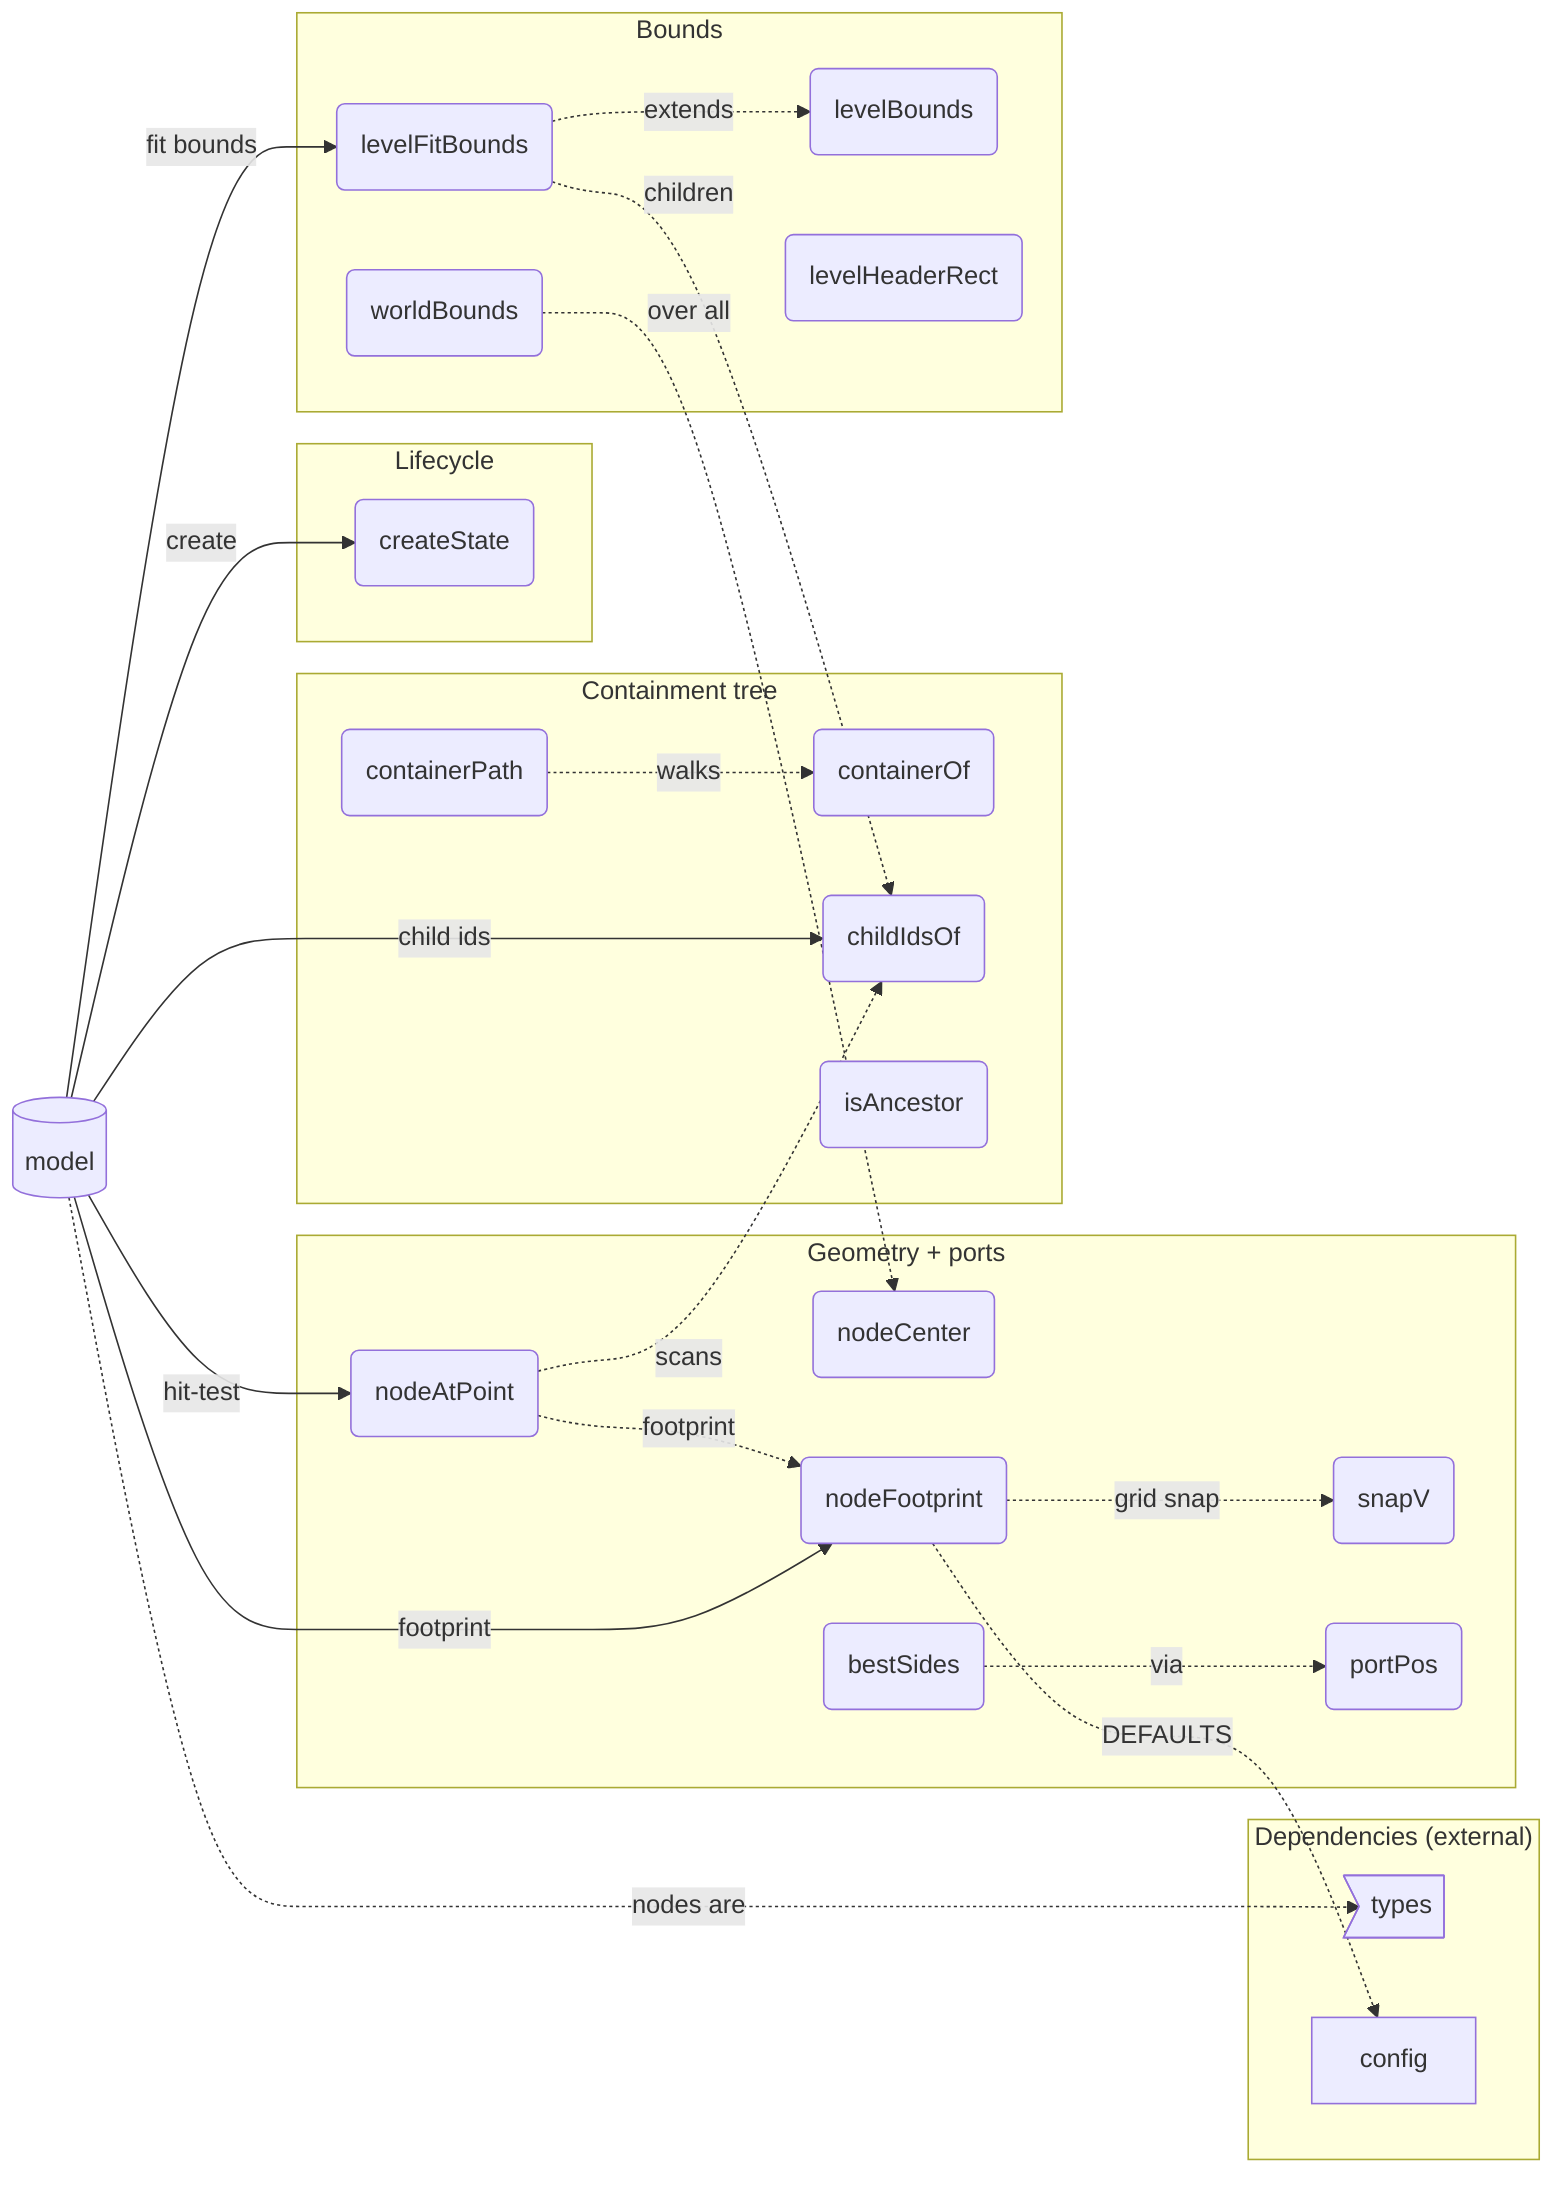
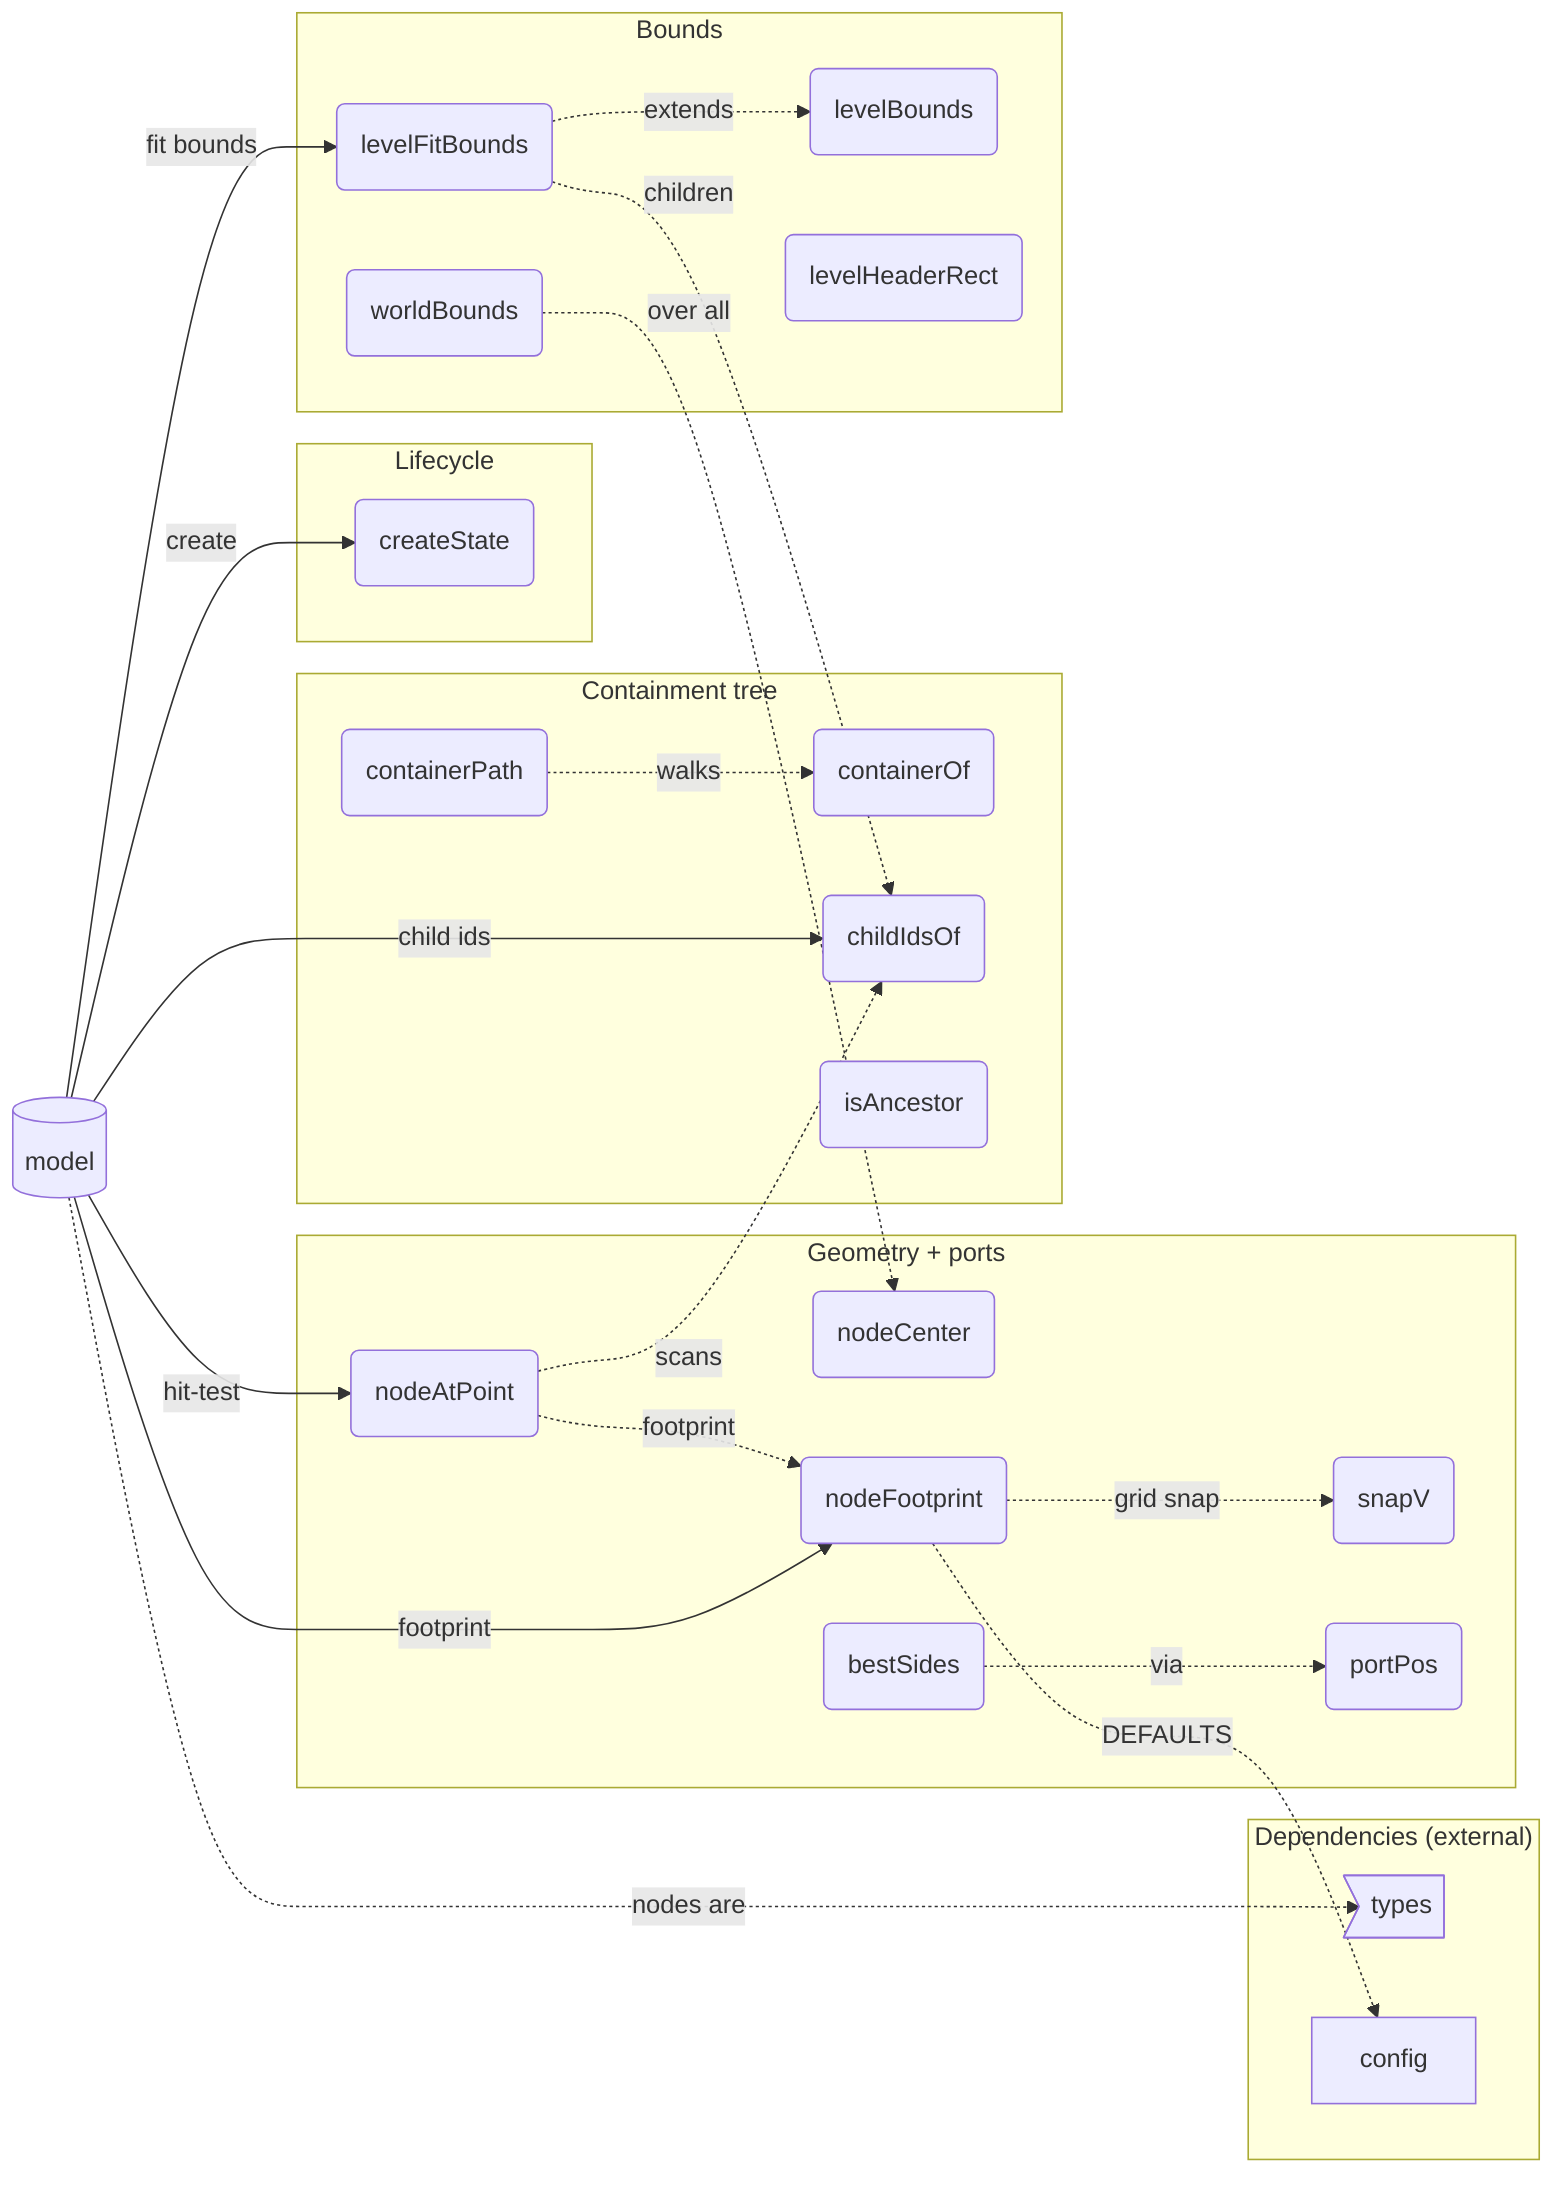
flowchart LR
%% root state
%% AUTHORED FROM src/core/state/state.ts
%% --- container (canonical public contract) ---
%% fm:meta state name=createState
%% fm:meta state desc=the model (StateStore) + every pure geometry/containment read over it. Owned and mutated through ctx.state; no DOM. Footprint/bounds drive camera fit, wire routing, hit-testing, drill levels.
%% fm:meta state i0.name=createState
%% fm:meta state i0.returns=StateStore
%% fm:meta state i1.name=nodeFootprint
%% fm:meta state i1.accepts=state: StateStore
%% fm:meta state i1.accepts=n: DiagramNode
%% fm:meta state i1.accepts=showFrontmatter: boolean
%% fm:meta state i1.returns=Footprint
%% fm:meta state i2.name=nodeAtPoint
%% fm:meta state i2.accepts=state: StateStore
%% fm:meta state i2.accepts=wx: number, wy: number
%% fm:meta state i2.returns=string
%% --- internal: lifecycle ---
%% fm:meta createState name=createState
%% fm:meta createState desc=fresh empty model (no nodes/edges, counters at 1).
%% --- internal: geometry ---
%% fm:meta snapV name=snapV
%% fm:meta portPos name=portPos
%% fm:meta portPos desc=world position of a node's port on a given side.
%% fm:meta nodeCenter name=nodeCenter
%% fm:meta bestSides name=bestSides
%% fm:meta bestSides desc=nearest facing port sides for an edge between two nodes.
%% fm:meta nodeFootprint name=nodeFootprint
%% fm:meta nodeFootprint desc=node box widened to include its measured frontmatter card.
%% --- internal: hit-test ---
%% fm:meta nodeAtPoint name=nodeAtPoint
%% fm:meta nodeAtPoint desc=topmost node id at a world point within a container level.
%% --- internal: containment ---
%% fm:meta containerOf name=containerOf
%% fm:meta childIdsOf name=childIdsOf
%% fm:meta childIdsOf desc=ids at a container's drill level.
%% fm:meta containerPath name=containerPath
%% fm:meta containerPath desc=root-first chain of container ids enclosing a level.
%% fm:meta isAncestor name=isAncestor
%% fm:meta isAncestor desc=cycle guard: is anc on node's parent chain.
%% --- internal: bounds ---
%% fm:meta levelBounds name=levelBounds
%% fm:meta levelHeaderRect name=levelHeaderRect
%% fm:meta levelFitBounds name=levelFitBounds
%% fm:meta levelFitBounds desc=bounds the camera fits at a level (children + container node).
%% fm:meta worldBounds name=worldBounds
%% fm:meta worldBounds desc=bounding box of all nodes.
%% --- deps (external; canonical defs live in root.mmd) ---
%% fm:meta types name=types
%% fm:meta config name=config
%% --- kinds ---
%% kind state store
%% kind createState function
%% kind snapV function
%% kind portPos function
%% kind nodeCenter function
%% kind bestSides function
%% kind nodeFootprint function
%% kind nodeAtPoint function
%% kind containerOf function
%% kind childIdsOf function
%% kind containerPath function
%% kind isAncestor function
%% kind levelBounds function
%% kind levelHeaderRect function
%% kind levelFitBounds function
%% kind worldBounds function
+ %% src createState src/core/state/state.ts#createState
+ %% src snapV src/core/state/state.ts#snapV
+ %% src portPos src/core/state/state.ts#portPos
+ %% src nodeCenter src/core/state/state.ts#nodeCenter
+ %% src bestSides src/core/state/state.ts#bestSides
+ %% src nodeFootprint src/core/state/state.ts#nodeFootprint
+ %% src nodeAtPoint src/core/state/state.ts#nodeAtPoint
+ %% src containerOf src/core/state/state.ts#containerOf
+ %% src childIdsOf src/core/state/state.ts#childIdsOf
+ %% src containerPath src/core/state/state.ts#containerPath
+ %% src isAncestor src/core/state/state.ts#isAncestor
+ %% src levelBounds src/core/state/state.ts#levelBounds
+ %% src levelHeaderRect src/core/state/state.ts#levelHeaderRect
+ %% src levelFitBounds src/core/state/state.ts#levelFitBounds
+ %% src worldBounds src/core/state/state.ts#worldBounds
%% kind types type
%% kind config module
%% --- containment ---
%% parent lifecycle state
%% parent geometry state
%% parent containment state
%% parent bounds state
  subgraph lifecycle ["Lifecycle"]
    createState("createState")
  end
  subgraph geometry ["Geometry + ports"]
    snapV("snapV")
    portPos("portPos")
    nodeCenter("nodeCenter")
    bestSides("bestSides")
    nodeFootprint("nodeFootprint")
    nodeAtPoint("nodeAtPoint")
  end
  subgraph containment ["Containment tree"]
    containerOf("containerOf")
    childIdsOf("childIdsOf")
    containerPath("containerPath")
    isAncestor("isAncestor")
  end
  subgraph bounds ["Bounds"]
    levelBounds("levelBounds")
    levelHeaderRect("levelHeaderRect")
    levelFitBounds("levelFitBounds")
    worldBounds("worldBounds")
  end
  subgraph deps ["Dependencies (external)"]
    types>"types"]
    config["config"]
  end
  state[("model")]
  state -->|create| createState
  state -->|footprint| nodeFootprint
  state -->|hit-test| nodeAtPoint
  state -->|child ids| childIdsOf
  state -->|fit bounds| levelFitBounds
  bestSides -.->|via| portPos
  nodeAtPoint -.->|scans| childIdsOf
  nodeAtPoint -.->|footprint| nodeFootprint
  containerPath -.->|walks| containerOf
  levelFitBounds -.->|extends| levelBounds
  levelFitBounds -.->|children| childIdsOf
  worldBounds -.->|over all| nodeCenter
  nodeFootprint -.->|grid snap| snapV
  state -.->|nodes are| types
  nodeFootprint -.->|DEFAULTS| config
